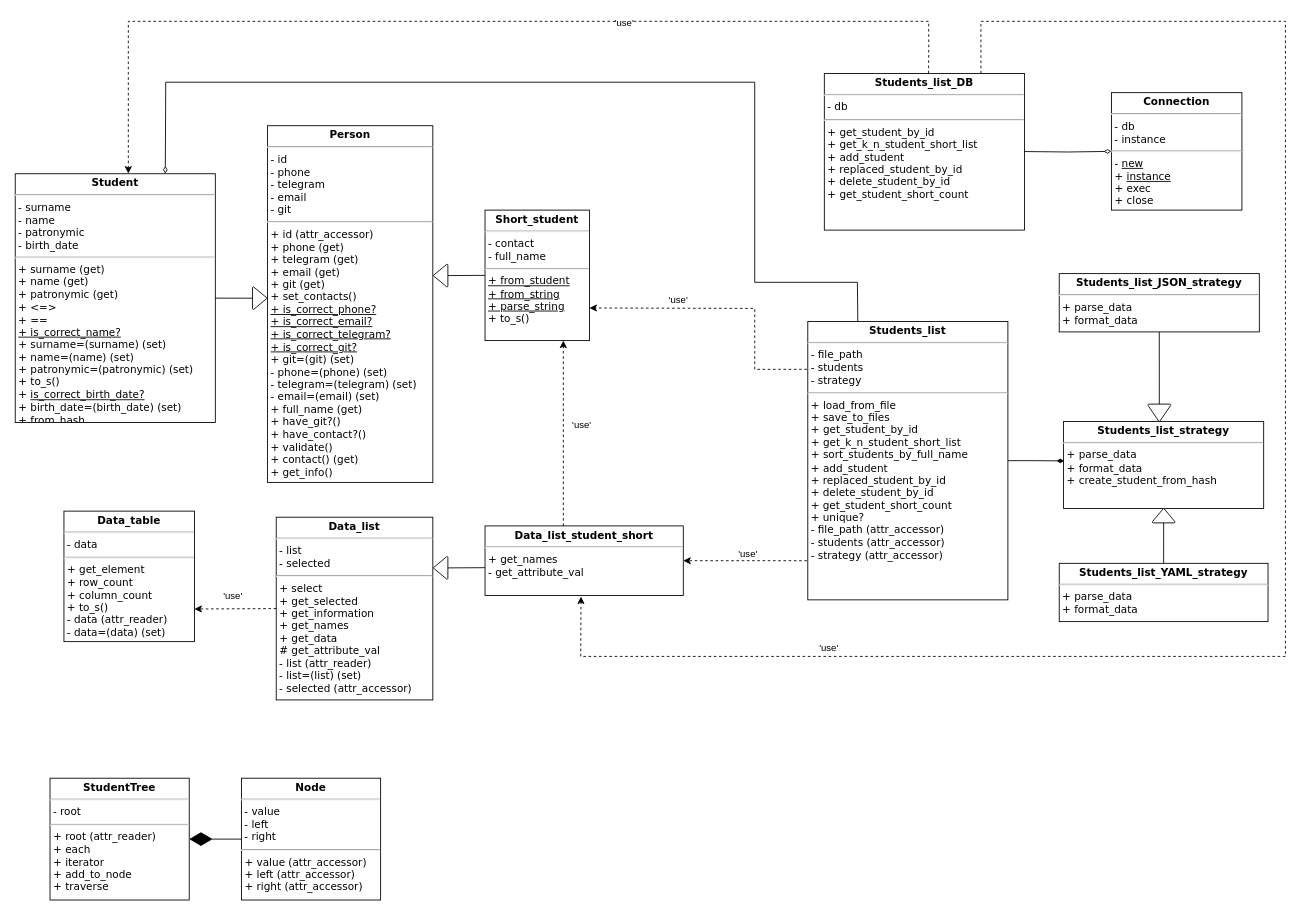
Before: Студенты/Диаграмма_классов.drawio in drpnmr/DesignPatterns, a draw.io diagram. Source tidied: cells renumbered, new cells numbered last; positions are measured from the earlier drawing's top-left corner, leaving out a move shared by most shapes. Both pictures are drawn from the tidied source at 87%, with x=0, y=0 at pixel (15, 21).
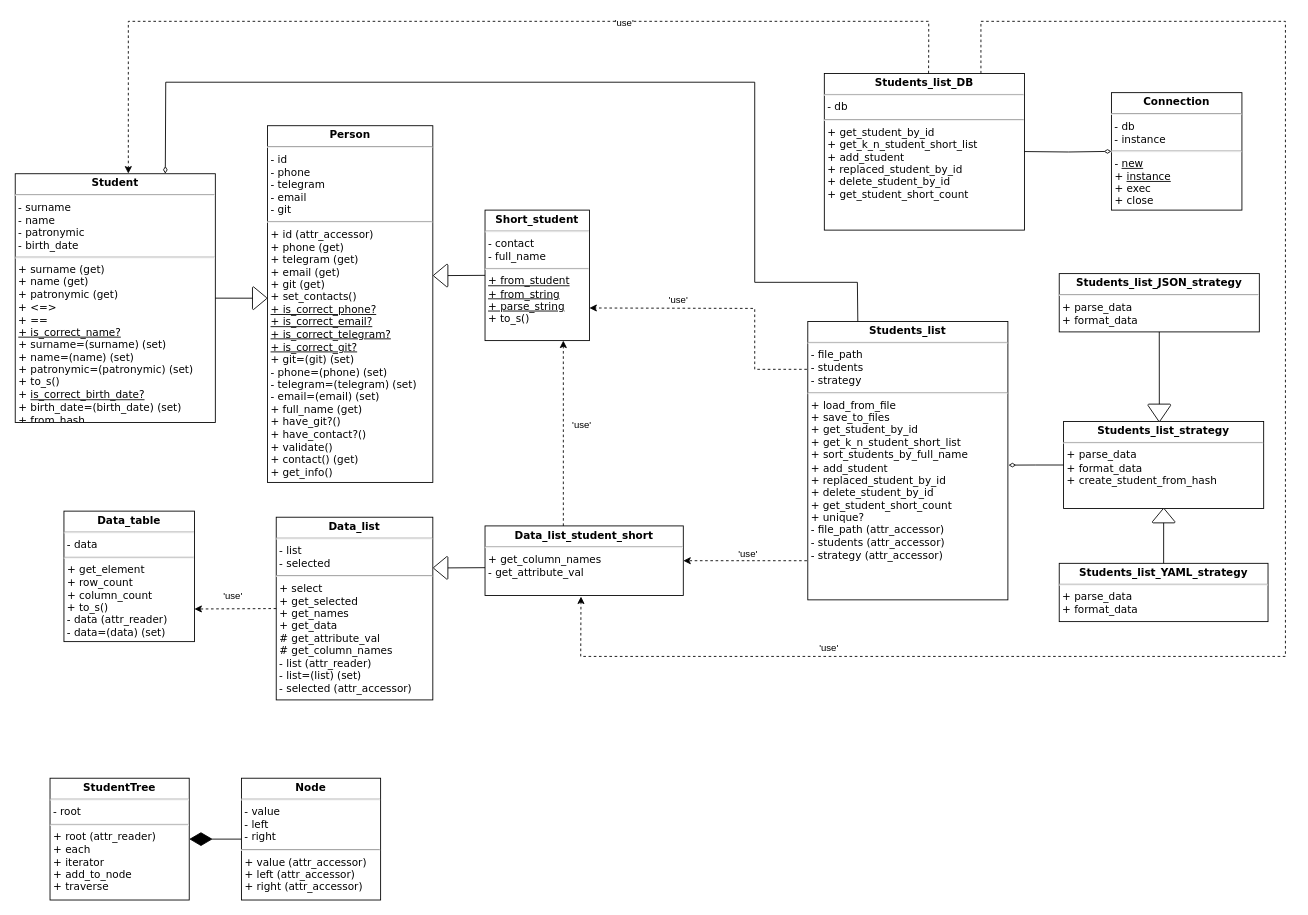
The same diagram, later.

Commit message (it also covers changes not shown here):
ЛР4, задание 3.12. Обновленная диаграмма классов

The change refers to these unchanged cells:
```xml
<mxCell id="23" value="&lt;p style=&quot;margin: 4px 0px 0px; text-align: center;&quot;&gt;&lt;b style=&quot;&quot;&gt;&lt;font style=&quot;font-size: 12px;&quot;&gt;Students_list&lt;/font&gt;&lt;/b&gt;&lt;/p&gt;&lt;hr style=&quot;&quot;&gt;&lt;div style=&quot;border-color: var(--border-color);&quot;&gt;&lt;font style=&quot;font-size: 12px;&quot;&gt;&lt;span style=&quot;background-color: initial;&quot;&gt;&lt;font style=&quot;&quot;&gt;&amp;nbsp;-&lt;/font&gt;&amp;nbsp;file_path&lt;/span&gt;&lt;/font&gt;&lt;/div&gt;&lt;div style=&quot;border-color: var(--border-color);&quot;&gt;&lt;font style=&quot;font-size: 12px;&quot;&gt;&lt;span style=&quot;background-color: initial;&quot;&gt;&amp;nbsp;- students&lt;/span&gt;&lt;/font&gt;&lt;/div&gt;&lt;div style=&quot;border-color: var(--border-color);&quot;&gt;&amp;nbsp;- strategy&lt;/div&gt;&lt;hr style=&quot;&quot;&gt;&lt;p style=&quot;margin: 0px 0px 0px 4px;&quot;&gt;&lt;span style=&quot;background-color: initial;&quot;&gt;+&amp;nbsp;load_from_file&lt;/span&gt;&lt;/p&gt;&lt;p style=&quot;margin: 0px 0px 0px 4px;&quot;&gt;+ save_to_files&lt;/p&gt;&lt;p style=&quot;margin: 0px 0px 0px 4px;&quot;&gt;+ get_student_by_id&lt;/p&gt;&lt;p style=&quot;margin: 0px 0px 0px 4px;&quot;&gt;+ get_k_n_student_short_list&lt;/p&gt;&lt;p style=&quot;margin: 0px 0px 0px 4px;&quot;&gt;+ sort_students_by_full_name&lt;/p&gt;&lt;p style=&quot;margin: 0px 0px 0px 4px;&quot;&gt;+&amp;nbsp;add_student&lt;/p&gt;&lt;div&gt;&amp;nbsp;+ replaced_student_by_id&lt;/div&gt;&lt;div&gt;&amp;nbsp;+ delete_student_by_id&lt;/div&gt;&lt;div&gt;&amp;nbsp;+ get_student_short_count&lt;/div&gt;&lt;div&gt;&amp;nbsp;+ unique?&lt;/div&gt;&lt;div&gt;&amp;nbsp;- file_path&amp;nbsp;(attr_accessor)&lt;/div&gt;&lt;div&gt;&amp;nbsp;- students&amp;nbsp;(attr_accessor)&lt;/div&gt;&lt;div&gt;&amp;nbsp;- strategy (attr_accessor)&lt;/div&gt;&lt;div&gt;&lt;font style=&quot;font-size: 12px;&quot;&gt;&lt;span class=&quot;Apple-converted-space&quot; style=&quot;background-color: initial;&quot;&gt;&amp;nbsp;&lt;/span&gt;&lt;/font&gt;&lt;/div&gt;" style="verticalAlign=top;align=left;overflow=fill;fontSize=12;fontFamily=Verdana;html=1;whiteSpace=wrap;spacingLeft=1;spacing=0;spacingTop=0;" parent="1" vertex="1">
  <mxGeometry x="911" y="345" width="230" height="320" as="geometry" />
</mxCell>
<mxCell id="31" value="&lt;p style=&quot;margin: 4px 0px 0px; text-align: center;&quot;&gt;&lt;b style=&quot;&quot;&gt;&lt;font style=&quot;font-size: 12px;&quot;&gt;Students_list_strategy&lt;/font&gt;&lt;/b&gt;&lt;/p&gt;&lt;hr style=&quot;&quot;&gt;&lt;p style=&quot;margin: 0px 0px 0px 4px;&quot;&gt;&lt;span style=&quot;background-color: initial;&quot;&gt;+&amp;nbsp;parse_data&lt;/span&gt;&lt;/p&gt;&lt;p style=&quot;margin: 0px 0px 0px 4px;&quot;&gt;+ format_data&lt;/p&gt;&lt;p style=&quot;margin: 0px 0px 0px 4px;&quot;&gt;+ create_student_from_hash&lt;/p&gt;&lt;div&gt;&lt;font style=&quot;font-size: 12px;&quot;&gt;&lt;span class=&quot;Apple-converted-space&quot; style=&quot;background-color: initial;&quot;&gt;&amp;nbsp;&lt;/span&gt;&lt;/font&gt;&lt;/div&gt;" style="verticalAlign=top;align=left;overflow=fill;fontSize=12;fontFamily=Verdana;html=1;whiteSpace=wrap;spacingLeft=1;spacing=0;spacingTop=0;" parent="1" vertex="1">
  <mxGeometry x="1205" y="460" width="230" height="100" as="geometry" />
</mxCell>
```

What changed in the source:
```diff
@@
-    <mxCell id="13" value="&lt;p style=&quot;margin: 4px 0px 0px; text-align: center;&quot;&gt;&lt;b style=&quot;&quot;&gt;&lt;font style=&quot;font-size: 12px;&quot;&gt;Data_list&lt;/font&gt;&lt;/b&gt;&lt;/p&gt;&lt;hr style=&quot;&quot;&gt;&lt;div style=&quot;border-color: var(--border-color);&quot;&gt;&lt;font style=&quot;font-size: 12px;&quot;&gt;&lt;span style=&quot;background-color: initial;&quot;&gt;&lt;font style=&quot;&quot;&gt;&amp;nbsp;-&lt;/font&gt;&amp;nbsp;list&lt;/span&gt;&lt;/font&gt;&lt;/div&gt;&lt;div style=&quot;border-color: var(--border-color);&quot;&gt;&lt;font style=&quot;font-size: 12px;&quot;&gt;&lt;span style=&quot;background-color: initial;&quot;&gt;&amp;nbsp;- selected&lt;/span&gt;&lt;/font&gt;&lt;/div&gt;&lt;hr style=&quot;&quot;&gt;&lt;p style=&quot;margin: 0px 0px 0px 4px;&quot;&gt;&lt;span style=&quot;background-color: initial;&quot;&gt;+&amp;nbsp;select&lt;/span&gt;&lt;/p&gt;&lt;p style=&quot;margin: 0px 0px 0px 4px;&quot;&gt;+ get_selected&lt;span style=&quot;background-color: initial;&quot;&gt;&lt;/span&gt;&lt;/p&gt;&lt;p style=&quot;margin: 0px 0px 0px 4px;&quot;&gt;+ get_information&lt;/p&gt;&lt;p style=&quot;margin: 0px 0px 0px 4px;&quot;&gt;+ get_names&lt;/p&gt;&lt;p style=&quot;margin: 0px 0px 0px 4px;&quot;&gt;+ get_data&lt;/p&gt;&lt;p style=&quot;margin: 0px 0px 0px 4px;&quot;&gt;# get_attribute_val&lt;/p&gt;&lt;div&gt;&amp;nbsp;- list (attr_reader)&lt;/div&gt;&lt;div&gt;&amp;nbsp;- list=(list) (set)&lt;/div&gt;&lt;div&gt;&amp;nbsp;- selected (attr_accessor)&lt;/div&gt;&lt;div&gt;&lt;font style=&quot;font-size: 12px;&quot;&gt;&lt;span class=&quot;Apple-converted-space&quot; style=&quot;background-color: initial;&quot;&gt;&amp;nbsp;&lt;/span&gt;&lt;/font&gt;&lt;/div&gt;" style="verticalAlign=top;align=left;overflow=fill;fontSize=12;fontFamily=Verdana;html=1;whiteSpace=wrap;spacingLeft=1;spacing=0;spacingTop=0;" parent="1" vertex="1">
+    <mxCell id="13" value="&lt;p style=&quot;margin: 4px 0px 0px; text-align: center;&quot;&gt;&lt;b style=&quot;&quot;&gt;&lt;font style=&quot;font-size: 12px;&quot;&gt;Data_list&lt;/font&gt;&lt;/b&gt;&lt;/p&gt;&lt;hr style=&quot;&quot;&gt;&lt;div style=&quot;border-color: var(--border-color);&quot;&gt;&lt;font style=&quot;font-size: 12px;&quot;&gt;&lt;span style=&quot;background-color: initial;&quot;&gt;&lt;font style=&quot;&quot;&gt;&amp;nbsp;-&lt;/font&gt;&amp;nbsp;list&lt;/span&gt;&lt;/font&gt;&lt;/div&gt;&lt;div style=&quot;border-color: var(--border-color);&quot;&gt;&lt;font style=&quot;font-size: 12px;&quot;&gt;&lt;span style=&quot;background-color: initial;&quot;&gt;&amp;nbsp;- selected&lt;/span&gt;&lt;/font&gt;&lt;/div&gt;&lt;hr style=&quot;&quot;&gt;&lt;p style=&quot;margin: 0px 0px 0px 4px;&quot;&gt;&lt;span style=&quot;background-color: initial;&quot;&gt;+&amp;nbsp;select&lt;/span&gt;&lt;/p&gt;&lt;p style=&quot;margin: 0px 0px 0px 4px;&quot;&gt;+ get_selected&lt;span style=&quot;background-color: initial;&quot;&gt;&lt;/span&gt;&lt;/p&gt;&lt;p style=&quot;margin: 0px 0px 0px 4px;&quot;&gt;&lt;span style=&quot;background-color: transparent; color: light-dark(rgb(0, 0, 0), rgb(255, 255, 255));&quot;&gt;+ get_names&lt;/span&gt;&lt;/p&gt;&lt;p style=&quot;margin: 0px 0px 0px 4px;&quot;&gt;+ get_data&lt;/p&gt;&lt;p style=&quot;margin: 0px 0px 0px 4px;&quot;&gt;# get_attribute_val&lt;/p&gt;&lt;p style=&quot;margin: 0px 0px 0px 4px;&quot;&gt;&lt;span style=&quot;background-color: transparent; color: light-dark(rgb(0, 0, 0), rgb(255, 255, 255));&quot;&gt;#&lt;/span&gt;&lt;span style=&quot;background-color: transparent; color: light-dark(rgb(0, 0, 0), rgb(255, 255, 255));&quot;&gt;&amp;nbsp;&lt;/span&gt;get_column_names&lt;/p&gt;&lt;div&gt;&amp;nbsp;- list (attr_reader)&lt;/div&gt;&lt;div&gt;&amp;nbsp;- list=(list) (set)&lt;/div&gt;&lt;div&gt;&amp;nbsp;- selected (attr_accessor)&lt;/div&gt;&lt;div&gt;&lt;font style=&quot;font-size: 12px;&quot;&gt;&lt;span class=&quot;Apple-converted-space&quot; style=&quot;background-color: initial;&quot;&gt;&amp;nbsp;&lt;/span&gt;&lt;/font&gt;&lt;/div&gt;" style="verticalAlign=top;align=left;overflow=fill;fontSize=12;fontFamily=Verdana;html=1;whiteSpace=wrap;spacingLeft=1;spacing=0;spacingTop=0;" parent="1" vertex="1">
       <mxGeometry x="300" y="570" width="180" height="210" as="geometry" />
     </mxCell>
-    <mxCell id="14" value="&lt;p style=&quot;margin: 4px 0px 0px; text-align: center;&quot;&gt;&lt;b style=&quot;&quot;&gt;&lt;font style=&quot;font-size: 12px;&quot;&gt;Data_list_student_short&lt;/font&gt;&lt;/b&gt;&lt;/p&gt;&lt;hr style=&quot;&quot;&gt;&lt;p style=&quot;margin: 0px 0px 0px 4px;&quot;&gt;&lt;span style=&quot;background-color: initial;&quot;&gt;+ get_names&lt;/span&gt;&lt;/p&gt;&lt;p style=&quot;margin: 0px 0px 0px 4px;&quot;&gt;-&amp;nbsp;&lt;span style=&quot;background-color: initial;&quot;&gt;get_attribute_val&lt;/span&gt;&lt;/p&gt;&lt;div&gt;&lt;font style=&quot;font-size: 12px;&quot;&gt;&lt;br&gt;&lt;span class=&quot;Apple-converted-space&quot; style=&quot;background-color: initial;&quot;&gt;&amp;nbsp;&lt;/span&gt;&lt;/font&gt;&lt;/div&gt;" style="verticalAlign=top;align=left;overflow=fill;fontSize=12;fontFamily=Verdana;html=1;whiteSpace=wrap;spacingLeft=1;spacing=0;spacingTop=0;" parent="1" vertex="1">
+    <mxCell id="14" value="&lt;p style=&quot;margin: 4px 0px 0px; text-align: center;&quot;&gt;&lt;b style=&quot;&quot;&gt;&lt;font style=&quot;font-size: 12px;&quot;&gt;Data_list_student_short&lt;/font&gt;&lt;/b&gt;&lt;/p&gt;&lt;hr style=&quot;&quot;&gt;&lt;p style=&quot;margin: 0px 0px 0px 4px;&quot;&gt;&lt;span style=&quot;background-color: initial;&quot;&gt;+ get_column_names&lt;/span&gt;&lt;/p&gt;&lt;p style=&quot;margin: 0px 0px 0px 4px;&quot;&gt;-&amp;nbsp;&lt;span style=&quot;background-color: initial;&quot;&gt;get_attribute_val&lt;/span&gt;&lt;/p&gt;&lt;div&gt;&lt;font style=&quot;font-size: 12px;&quot;&gt;&lt;br&gt;&lt;span class=&quot;Apple-converted-space&quot; style=&quot;background-color: initial;&quot;&gt;&amp;nbsp;&lt;/span&gt;&lt;/font&gt;&lt;/div&gt;" style="verticalAlign=top;align=left;overflow=fill;fontSize=12;fontFamily=Verdana;html=1;whiteSpace=wrap;spacingLeft=1;spacing=0;spacingTop=0;" parent="1" vertex="1">
       <mxGeometry x="540" y="580" width="227.9" height="80" as="geometry" />
     </mxCell>
@@
-    <mxCell id="38" style="edgeStyle=orthogonalEdgeStyle;rounded=0;jettySize=auto;html=1;entryX=0.003;entryY=0.453;entryDx=0;entryDy=0;entryPerimeter=0;endArrow=diamondThin;endFill=1;strokeWidth=1;startSize=9;sourcePerimeterSpacing=0;" parent="1" edge="1" source="23" target="31">
-      <mxGeometry relative="1" as="geometry" />
-    </mxCell>
@@
+    <mxCell id="46" style="edgeStyle=orthogonalEdgeStyle;rounded=0;jettySize=auto;html=1;entryX=1.003;entryY=0.516;entryDx=0;entryDy=0;entryPerimeter=0;endArrow=diamondThin;endFill=0;" parent="1" edge="1" source="31" target="23">
+      <mxGeometry relative="1" as="geometry" />
+    </mxCell>
```
